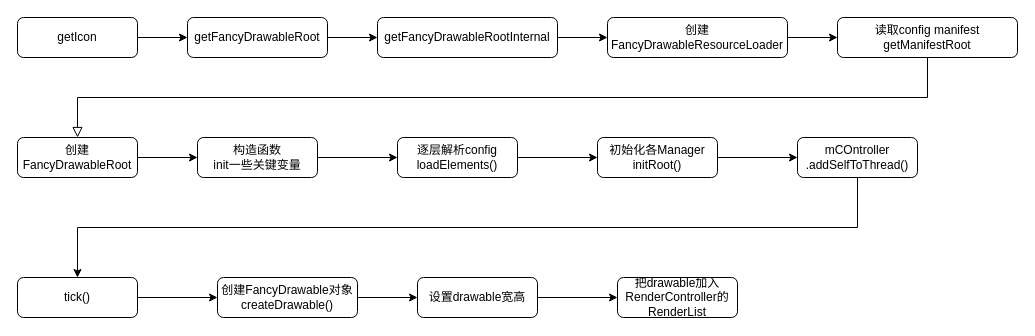
This is Untitled Diagram.drawio from shun-89/shun_repo, a draw.io file, before an edit. Source tidied: cells renumbered, new cells numbered last; positions are measured from the earlier drawing's top-left corner, leaving out a move shared by most shapes. Both pictures are drawn from the tidied source at 100%, with x=0, y=0 at pixel (17, 17).
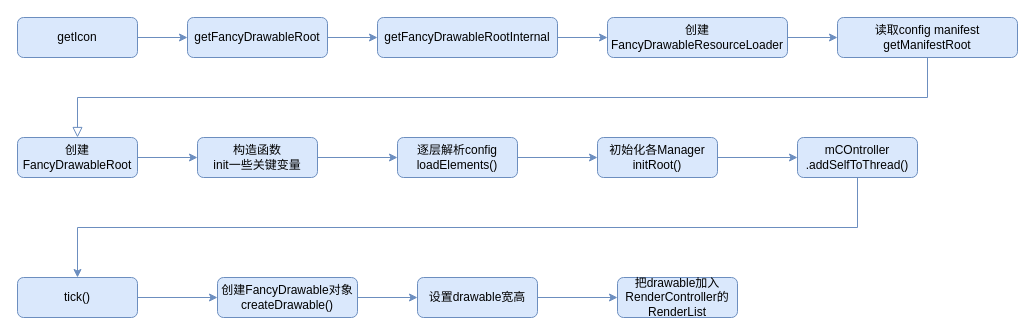
After the change.

The edit, as a diff of the source:
```diff
@@
-    <mxCell id="2" style="rounded=0;html=1;jettySize=auto;fontSize=11;endArrow=block;endFill=0;endSize=8;strokeWidth=1;shadow=0;labelBackgroundColor=none;edgeStyle=orthogonalEdgeStyle;exitX=0.5;exitY=1;exitDx=0;exitDy=0;entryX=0.5;entryY=0;entryDx=0;entryDy=0;" parent="1" edge="1" source="11" target="13">
+    <mxCell id="2" style="rounded=0;html=1;jettySize=auto;fontSize=11;endArrow=block;endFill=0;endSize=8;strokeWidth=1;shadow=0;labelBackgroundColor=none;edgeStyle=orthogonalEdgeStyle;exitX=0.5;exitY=1;exitDx=0;exitDy=0;entryX=0.5;entryY=0;entryDx=0;entryDy=0;fillColor=#dae8fc;strokeColor=#6c8ebf;" parent="1" edge="1" source="11" target="13">
       <mxGeometry relative="1" as="geometry" />
     </mxCell>
-    <mxCell id="3" style="edgeStyle=orthogonalEdgeStyle;rounded=0;jettySize=auto;html=1;" parent="1" edge="1" source="4" target="6">
+    <mxCell id="3" style="edgeStyle=orthogonalEdgeStyle;rounded=0;jettySize=auto;html=1;fillColor=#dae8fc;strokeColor=#6c8ebf;" parent="1" edge="1" source="4" target="6">
       <mxGeometry relative="1" as="geometry" />
     </mxCell>
-    <mxCell id="4" value="getIcon" style="rounded=1;whiteSpace=wrap;html=1;fontSize=12;glass=0;strokeWidth=1;shadow=0;" parent="1" vertex="1">
+    <mxCell id="4" value="getIcon" style="rounded=1;whiteSpace=wrap;html=1;fontSize=12;glass=0;strokeWidth=1;shadow=0;fillColor=#dae8fc;strokeColor=#6c8ebf;" parent="1" vertex="1">
       <mxGeometry width="120" height="40" as="geometry" />
     </mxCell>
-    <mxCell id="5" style="edgeStyle=orthogonalEdgeStyle;rounded=0;jettySize=auto;html=1;" parent="1" edge="1" source="6" target="8">
+    <mxCell id="5" style="edgeStyle=orthogonalEdgeStyle;rounded=0;jettySize=auto;html=1;fillColor=#dae8fc;strokeColor=#6c8ebf;" parent="1" edge="1" source="6" target="8">
       <mxGeometry relative="1" as="geometry" />
     </mxCell>
-    <mxCell id="6" value="getFancyDrawableRoot" style="rounded=1;whiteSpace=wrap;html=1;fontSize=12;glass=0;strokeWidth=1;shadow=0;" parent="1" vertex="1">
+    <mxCell id="6" value="getFancyDrawableRoot" style="rounded=1;whiteSpace=wrap;html=1;fontSize=12;glass=0;strokeWidth=1;shadow=0;fillColor=#dae8fc;strokeColor=#6c8ebf;" parent="1" vertex="1">
       <mxGeometry x="170" width="140" height="40" as="geometry" />
     </mxCell>
-    <mxCell id="7" style="edgeStyle=orthogonalEdgeStyle;rounded=0;jettySize=auto;html=1;" parent="1" edge="1" source="8" target="10">
+    <mxCell id="7" style="edgeStyle=orthogonalEdgeStyle;rounded=0;jettySize=auto;html=1;fillColor=#dae8fc;strokeColor=#6c8ebf;" parent="1" edge="1" source="8" target="10">
       <mxGeometry relative="1" as="geometry" />
     </mxCell>
-    <mxCell id="8" value="getFancyDrawableRootInternal" style="rounded=1;whiteSpace=wrap;html=1;fontSize=12;glass=0;strokeWidth=1;shadow=0;" parent="1" vertex="1">
+    <mxCell id="8" value="getFancyDrawableRootInternal" style="rounded=1;whiteSpace=wrap;html=1;fontSize=12;glass=0;strokeWidth=1;shadow=0;fillColor=#dae8fc;strokeColor=#6c8ebf;" parent="1" vertex="1">
       <mxGeometry x="360" width="180" height="40" as="geometry" />
     </mxCell>
-    <mxCell id="9" style="edgeStyle=orthogonalEdgeStyle;rounded=0;jettySize=auto;html=1;" parent="1" edge="1" source="10" target="11">
+    <mxCell id="9" style="edgeStyle=orthogonalEdgeStyle;rounded=0;jettySize=auto;html=1;fillColor=#dae8fc;strokeColor=#6c8ebf;" parent="1" edge="1" source="10" target="11">
       <mxGeometry relative="1" as="geometry" />
     </mxCell>
-    <mxCell id="10" value="创建&lt;br&gt;FancyDrawableResourceLoader" style="rounded=1;whiteSpace=wrap;html=1;fontSize=12;glass=0;strokeWidth=1;shadow=0;" parent="1" vertex="1">
+    <mxCell id="10" value="创建&lt;br&gt;FancyDrawableResourceLoader" style="rounded=1;whiteSpace=wrap;html=1;fontSize=12;glass=0;strokeWidth=1;shadow=0;fillColor=#dae8fc;strokeColor=#6c8ebf;" parent="1" vertex="1">
       <mxGeometry x="590" width="180" height="40" as="geometry" />
     </mxCell>
-    <mxCell id="11" value="读取config manifest&lt;br&gt;getManifestRoot" style="rounded=1;whiteSpace=wrap;html=1;fontSize=12;glass=0;strokeWidth=1;shadow=0;" parent="1" vertex="1">
+    <mxCell id="11" value="读取config manifest&lt;br&gt;getManifestRoot" style="rounded=1;whiteSpace=wrap;html=1;fontSize=12;glass=0;strokeWidth=1;shadow=0;fillColor=#dae8fc;strokeColor=#6c8ebf;" parent="1" vertex="1">
       <mxGeometry x="820" width="180" height="40" as="geometry" />
     </mxCell>
-    <mxCell id="12" style="edgeStyle=orthogonalEdgeStyle;rounded=0;jettySize=auto;html=1;" parent="1" edge="1" source="13" target="15">
+    <mxCell id="12" style="edgeStyle=orthogonalEdgeStyle;rounded=0;jettySize=auto;html=1;fillColor=#dae8fc;strokeColor=#6c8ebf;" parent="1" edge="1" source="13" target="15">
       <mxGeometry relative="1" as="geometry" />
     </mxCell>
-    <mxCell id="13" value="创建&lt;br&gt;FancyDrawableRoot" style="rounded=1;whiteSpace=wrap;html=1;fontSize=12;glass=0;strokeWidth=1;shadow=0;" parent="1" vertex="1">
+    <mxCell id="13" value="创建&lt;br&gt;FancyDrawableRoot" style="rounded=1;whiteSpace=wrap;html=1;fontSize=12;glass=0;strokeWidth=1;shadow=0;fillColor=#dae8fc;strokeColor=#6c8ebf;" parent="1" vertex="1">
       <mxGeometry y="120" width="120" height="40" as="geometry" />
     </mxCell>
-    <mxCell id="14" style="edgeStyle=orthogonalEdgeStyle;rounded=0;jettySize=auto;html=1;" parent="1" edge="1" source="15" target="17">
+    <mxCell id="14" style="edgeStyle=orthogonalEdgeStyle;rounded=0;jettySize=auto;html=1;fillColor=#dae8fc;strokeColor=#6c8ebf;" parent="1" edge="1" source="15" target="17">
       <mxGeometry relative="1" as="geometry" />
     </mxCell>
-    <mxCell id="15" value="构造函数&lt;br&gt;init一些关键变量" style="rounded=1;whiteSpace=wrap;html=1;fontSize=12;glass=0;strokeWidth=1;shadow=0;" parent="1" vertex="1">
+    <mxCell id="15" value="构造函数&lt;br&gt;init一些关键变量" style="rounded=1;whiteSpace=wrap;html=1;fontSize=12;glass=0;strokeWidth=1;shadow=0;fillColor=#dae8fc;strokeColor=#6c8ebf;" parent="1" vertex="1">
       <mxGeometry x="180" y="120" width="120" height="40" as="geometry" />
     </mxCell>
-    <mxCell id="16" style="edgeStyle=orthogonalEdgeStyle;rounded=0;jettySize=auto;html=1;" parent="1" edge="1" source="17" target="19">
+    <mxCell id="16" style="edgeStyle=orthogonalEdgeStyle;rounded=0;jettySize=auto;html=1;fillColor=#dae8fc;strokeColor=#6c8ebf;" parent="1" edge="1" source="17" target="19">
       <mxGeometry relative="1" as="geometry" />
     </mxCell>
-    <mxCell id="17" value="逐层解析config&lt;br&gt;loadElements()" style="rounded=1;whiteSpace=wrap;html=1;fontSize=12;glass=0;strokeWidth=1;shadow=0;" parent="1" vertex="1">
+    <mxCell id="17" value="逐层解析config&lt;br&gt;loadElements()" style="rounded=1;whiteSpace=wrap;html=1;fontSize=12;glass=0;strokeWidth=1;shadow=0;fillColor=#dae8fc;strokeColor=#6c8ebf;" parent="1" vertex="1">
       <mxGeometry x="380" y="120" width="120" height="40" as="geometry" />
     </mxCell>
-    <mxCell id="18" style="edgeStyle=orthogonalEdgeStyle;rounded=0;jettySize=auto;html=1;" parent="1" edge="1" source="19" target="21">
+    <mxCell id="18" style="edgeStyle=orthogonalEdgeStyle;rounded=0;jettySize=auto;html=1;fillColor=#dae8fc;strokeColor=#6c8ebf;" parent="1" edge="1" source="19" target="21">
       <mxGeometry relative="1" as="geometry" />
     </mxCell>
-    <mxCell id="19" value="初始化各Manager&lt;br&gt;initRoot()" style="rounded=1;whiteSpace=wrap;html=1;fontSize=12;glass=0;strokeWidth=1;shadow=0;" parent="1" vertex="1">
+    <mxCell id="19" value="初始化各Manager&lt;br&gt;initRoot()" style="rounded=1;whiteSpace=wrap;html=1;fontSize=12;glass=0;strokeWidth=1;shadow=0;fillColor=#dae8fc;strokeColor=#6c8ebf;" parent="1" vertex="1">
       <mxGeometry x="580" y="120" width="120" height="40" as="geometry" />
     </mxCell>
-    <mxCell id="20" style="edgeStyle=orthogonalEdgeStyle;rounded=0;jettySize=auto;html=1;" parent="1" edge="1" source="21" target="23">
+    <mxCell id="20" style="edgeStyle=orthogonalEdgeStyle;rounded=0;jettySize=auto;html=1;fillColor=#dae8fc;strokeColor=#6c8ebf;" parent="1" edge="1" source="21" target="23">
       <mxGeometry relative="1" as="geometry">
         <Array as="points">
           <mxPoint x="840" y="210" />
           <mxPoint x="60" y="210" />
         </Array>
       </mxGeometry>
     </mxCell>
-    <mxCell id="21" value="mCOntroller&lt;br&gt;.addSelfToThread()" style="rounded=1;whiteSpace=wrap;html=1;fontSize=12;glass=0;strokeWidth=1;shadow=0;" parent="1" vertex="1">
+    <mxCell id="21" value="mCOntroller&lt;br&gt;.addSelfToThread()" style="rounded=1;whiteSpace=wrap;html=1;fontSize=12;glass=0;strokeWidth=1;shadow=0;fillColor=#dae8fc;strokeColor=#6c8ebf;" parent="1" vertex="1">
       <mxGeometry x="780" y="120" width="120" height="40" as="geometry" />
     </mxCell>
-    <mxCell id="22" style="edgeStyle=orthogonalEdgeStyle;rounded=0;jettySize=auto;html=1;" parent="1" edge="1" source="23" target="25">
+    <mxCell id="22" style="edgeStyle=orthogonalEdgeStyle;rounded=0;jettySize=auto;html=1;fillColor=#dae8fc;strokeColor=#6c8ebf;" parent="1" edge="1" source="23" target="25">
       <mxGeometry relative="1" as="geometry" />
     </mxCell>
-    <mxCell id="23" value="tick()" style="rounded=1;whiteSpace=wrap;html=1;fontSize=12;glass=0;strokeWidth=1;shadow=0;" parent="1" vertex="1">
+    <mxCell id="23" value="tick()" style="rounded=1;whiteSpace=wrap;html=1;fontSize=12;glass=0;strokeWidth=1;shadow=0;fillColor=#dae8fc;strokeColor=#6c8ebf;" parent="1" vertex="1">
       <mxGeometry y="260" width="120" height="40" as="geometry" />
     </mxCell>
-    <mxCell id="24" style="edgeStyle=orthogonalEdgeStyle;rounded=0;jettySize=auto;html=1;" parent="1" edge="1" source="25" target="27">
+    <mxCell id="24" style="edgeStyle=orthogonalEdgeStyle;rounded=0;jettySize=auto;html=1;fillColor=#dae8fc;strokeColor=#6c8ebf;" parent="1" edge="1" source="25" target="27">
       <mxGeometry relative="1" as="geometry" />
     </mxCell>
-    <mxCell id="25" value="创建FancyDrawable对象&lt;br&gt;createDrawable()" style="rounded=1;whiteSpace=wrap;html=1;fontSize=12;glass=0;strokeWidth=1;shadow=0;" parent="1" vertex="1">
+    <mxCell id="25" value="创建FancyDrawable对象&lt;br&gt;createDrawable()" style="rounded=1;whiteSpace=wrap;html=1;fontSize=12;glass=0;strokeWidth=1;shadow=0;fillColor=#dae8fc;strokeColor=#6c8ebf;" parent="1" vertex="1">
       <mxGeometry x="200" y="260" width="140" height="40" as="geometry" />
     </mxCell>
-    <mxCell id="26" style="edgeStyle=orthogonalEdgeStyle;rounded=0;jettySize=auto;html=1;" parent="1" edge="1" source="27" target="28">
+    <mxCell id="26" style="edgeStyle=orthogonalEdgeStyle;rounded=0;jettySize=auto;html=1;fillColor=#dae8fc;strokeColor=#6c8ebf;" parent="1" edge="1" source="27" target="28">
       <mxGeometry relative="1" as="geometry" />
     </mxCell>
-    <mxCell id="27" value="设置drawable宽高" style="rounded=1;whiteSpace=wrap;html=1;fontSize=12;glass=0;strokeWidth=1;shadow=0;" parent="1" vertex="1">
+    <mxCell id="27" value="设置drawable宽高" style="rounded=1;whiteSpace=wrap;html=1;fontSize=12;glass=0;strokeWidth=1;shadow=0;fillColor=#dae8fc;strokeColor=#6c8ebf;" parent="1" vertex="1">
       <mxGeometry x="400" y="260" width="120" height="40" as="geometry" />
     </mxCell>
-    <mxCell id="28" value="把drawable加入RenderController的RenderList" style="rounded=1;whiteSpace=wrap;html=1;fontSize=12;glass=0;strokeWidth=1;shadow=0;" parent="1" vertex="1">
+    <mxCell id="28" value="把drawable加入RenderController的RenderList" style="rounded=1;whiteSpace=wrap;html=1;fontSize=12;glass=0;strokeWidth=1;shadow=0;fillColor=#dae8fc;strokeColor=#6c8ebf;" parent="1" vertex="1">
       <mxGeometry x="600" y="260" width="120" height="40" as="geometry" />
     </mxCell>
```
